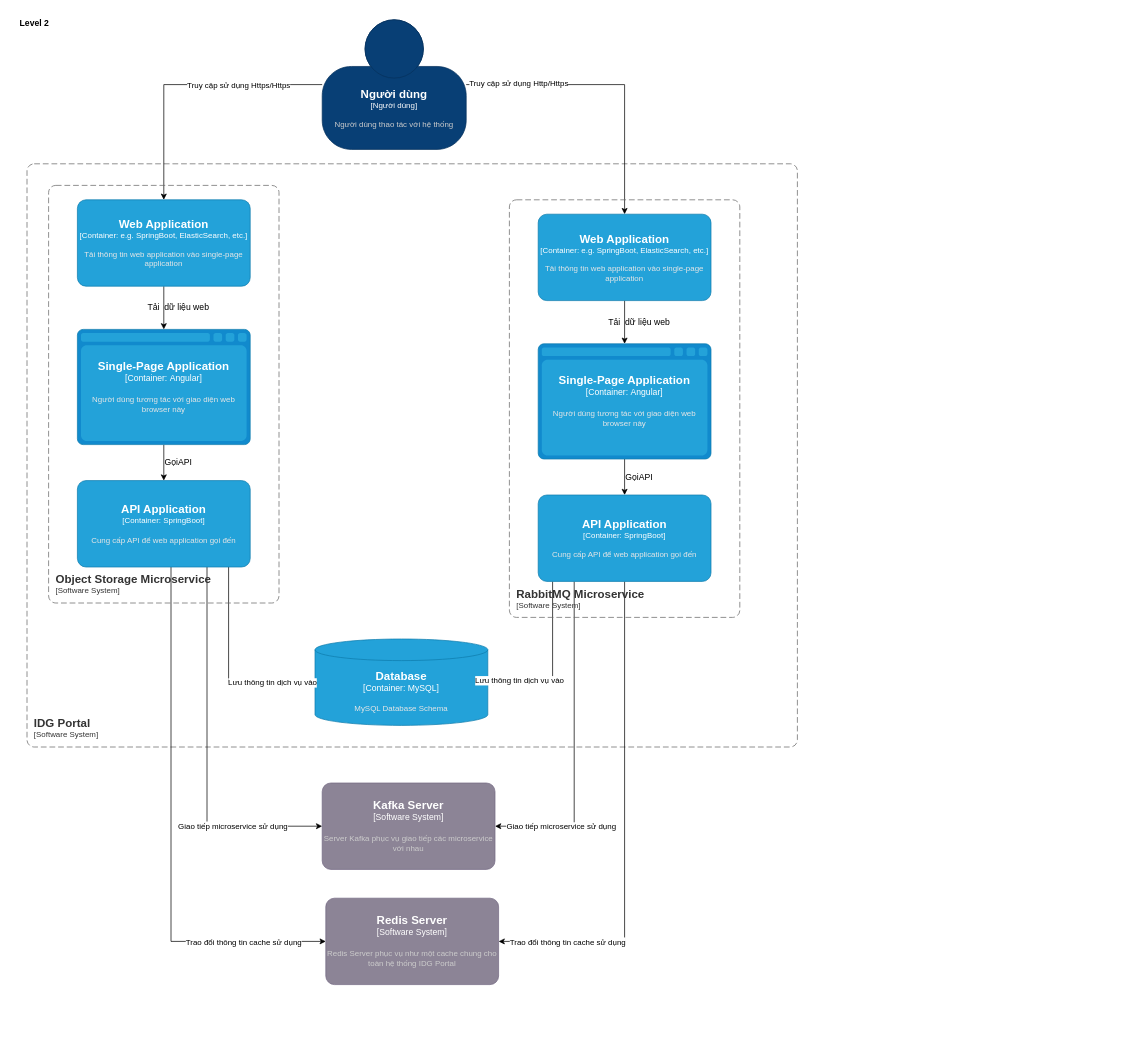
Above: IDG-Portal Lv2.drawio in dangngocsoncntt/draw.io (draw.io), before the change. Source tidied: cells renumbered, new cells numbered last; positions are measured from the earlier drawing's top-left corner, leaving out a move shared by most shapes. Both pictures are drawn from the tidied source at 72%, with x=0, y=0 at pixel (12, 12).
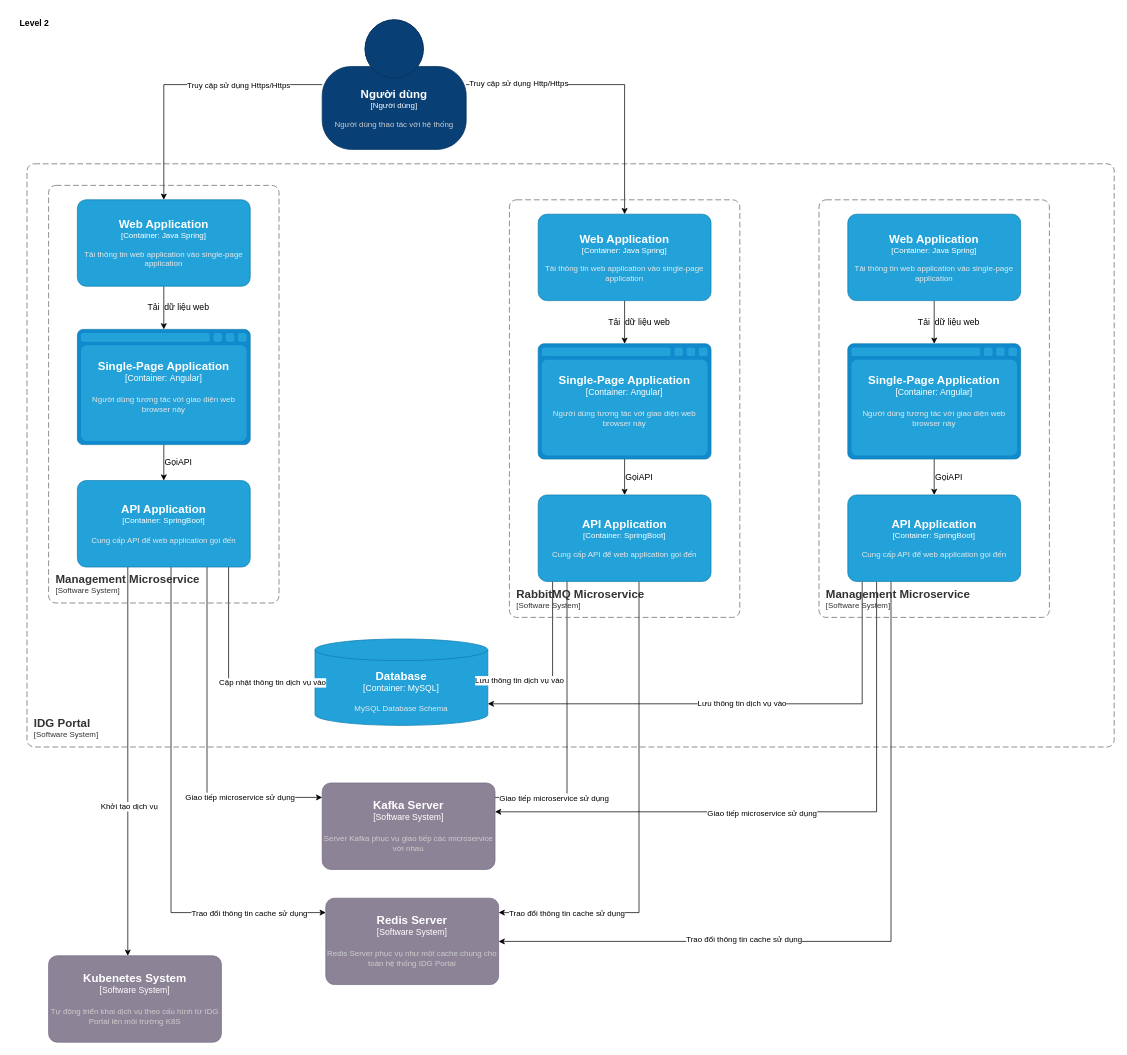
The same page after the edit.

Unchanged cells that the change refers to:
```xml
<object id="4" label="&lt;font style=&quot;font-size: 16px&quot;&gt;&lt;b&gt;%c4Type%&lt;/b&gt;&lt;/font&gt;&lt;div&gt;[%c4Container%:&amp;nbsp;%c4Technology%]&lt;/div&gt;&lt;br&gt;&lt;div&gt;&lt;font style=&quot;font-size: 11px&quot;&gt;&lt;font color=&quot;#E6E6E6&quot;&gt;%c4Description%&lt;/font&gt;&lt;/div&gt;" c4Container="Container" c4Description="MySQL Database Schema" c4Technology="MySQL" c4Type="Database" placeholders="1">
  <mxCell style="shape=cylinder3;size=15;whiteSpace=wrap;html=1;boundedLbl=1;rounded=0;labelBackgroundColor=none;fillColor=#23A2D9;fontSize=12;fontColor=#ffffff;align=center;strokeColor=#0E7DAD;points=[[0.5,0,0],[1,0.25,0],[1,0.5,0],[1,0.75,0],[0.5,1,0],[0,0.75,0],[0,0.5,0],[0,0.25,0]];" parent="1" vertex="1">
    <mxGeometry x="420" y="870" width="240" height="120" as="geometry" />
  </mxCell>
</object>
<mxCell id="9" style="edgeStyle=orthogonalEdgeStyle;rounded=0;jettySize=auto;html=1;entryX=0;entryY=0.5;entryDx=0;entryDy=0;entryPerimeter=0;" parent="1" edge="1" source="15" target="4">
  <mxGeometry relative="1" as="geometry">
    <Array as="points">
      <mxPoint x="300" y="930" />
    </Array>
  </mxGeometry>
</mxCell>
<object id="15" label="&lt;font style=&quot;font-size: 16px&quot;&gt;&lt;b&gt;%c4Name%&lt;/b&gt;&lt;/font&gt;&lt;div&gt;[%c4Type%: %c4Technology%]&lt;/div&gt;&lt;br&gt;&lt;div&gt;&lt;font style=&quot;font-size: 11px&quot;&gt;&lt;font color=&quot;#E6E6E6&quot;&gt;%c4Description%&lt;/font&gt;&lt;/div&gt;" c4Description="Cung cấp API để web application gọi đến " c4Name="API Application" c4Technology="SpringBoot" c4Type="Container" placeholders="1">
  <mxCell style="rounded=1;whiteSpace=wrap;html=1;fontSize=11;labelBackgroundColor=none;fillColor=#23A2D9;fontColor=#ffffff;align=center;arcSize=10;strokeColor=#0E7DAD;points=[[0.25,0,0],[0.5,0,0],[0.75,0,0],[1,0.25,0],[1,0.5,0],[1,0.75,0],[0.75,1,0],[0.5,1,0],[0.25,1,0],[0,0.75,0],[0,0.5,0],[0,0.25,0]];" parent="1" vertex="1">
    <mxGeometry x="90" y="650" width="240" height="120" as="geometry" />
  </mxCell>
</object>
<object id="34" label="&lt;font style=&quot;font-size: 16px&quot;&gt;&lt;b&gt;%c4Name%&lt;/b&gt;&lt;/font&gt;&lt;div&gt;[%c4Type%: %c4Technology%]&lt;/div&gt;&lt;br&gt;&lt;div&gt;&lt;font style=&quot;font-size: 11px&quot;&gt;&lt;font color=&quot;#E6E6E6&quot;&gt;%c4Description%&lt;/font&gt;&lt;/div&gt;" c4Description="Cung cấp API để web application gọi đến " c4Name="API Application" c4Technology="SpringBoot" c4Type="Container" placeholders="1">
  <mxCell style="rounded=1;whiteSpace=wrap;html=1;fontSize=11;labelBackgroundColor=none;fillColor=#23A2D9;fontColor=#ffffff;align=center;arcSize=10;strokeColor=#0E7DAD;points=[[0.25,0,0],[0.5,0,0],[0.75,0,0],[1,0.25,0],[1,0.5,0],[1,0.75,0],[0.75,1,0],[0.5,1,0],[0.25,1,0],[0,0.75,0],[0,0.5,0],[0,0.25,0]];" parent="1" vertex="1">
    <mxGeometry x="730" y="670" width="240" height="120" as="geometry" />
  </mxCell>
</object>
<object id="38" label="&lt;font style=&quot;font-size: 16px&quot;&gt;&lt;b&gt;%c4Name%&lt;/b&gt;&lt;/font&gt;&lt;div&gt;[%c4Type%]&lt;/div&gt;&lt;br&gt;&lt;div&gt;&lt;font style=&quot;font-size: 11px&quot;&gt;&lt;font color=&quot;#cccccc&quot;&gt;%c4Description%&lt;/font&gt;&lt;/div&gt;" c4Description="Server Kafka phục vụ giao tiếp các microservice với nhau" c4Name="Kafka Server" c4Type="Software System" placeholders="1">
  <mxCell style="rounded=1;whiteSpace=wrap;html=1;labelBackgroundColor=none;fillColor=#8C8496;fontColor=#ffffff;align=center;arcSize=10;strokeColor=#736782;points=[[0.25,0,0],[0.5,0,0],[0.75,0,0],[1,0.25,0],[1,0.5,0],[1,0.75,0],[0.75,1,0],[0.5,1,0],[0.25,1,0],[0,0.75,0],[0,0.5,0],[0,0.25,0]];" parent="1" vertex="1">
    <mxGeometry x="430" y="1070" width="240" height="120" as="geometry" />
  </mxCell>
</object>
<object id="39" label="&lt;font style=&quot;font-size: 16px&quot;&gt;&lt;b&gt;%c4Name%&lt;/b&gt;&lt;/font&gt;&lt;div&gt;[%c4Type%]&lt;/div&gt;&lt;br&gt;&lt;div&gt;&lt;font style=&quot;font-size: 11px&quot;&gt;&lt;font color=&quot;#cccccc&quot;&gt;%c4Description%&lt;/font&gt;&lt;/div&gt;" c4Description="Redis Server phục vụ như một cache chung cho toàn hệ thống IDG Portal" c4Name="Redis Server" c4Type="Software System" placeholders="1">
  <mxCell style="rounded=1;whiteSpace=wrap;html=1;labelBackgroundColor=none;fillColor=#8C8496;fontColor=#ffffff;align=center;arcSize=10;strokeColor=#736782;points=[[0.25,0,0],[0.5,0,0],[0.75,0,0],[1,0.25,0],[1,0.5,0],[1,0.75,0],[0.75,1,0],[0.5,1,0],[0.25,1,0],[0,0.75,0],[0,0.5,0],[0,0.25,0]];" parent="1" vertex="1">
    <mxGeometry x="435" y="1230" width="240" height="120" as="geometry" />
  </mxCell>
</object>
```

The edit, as a diff of the source:
```diff
@@
     <object id="3" label="&lt;font style=&quot;font-size: 16px&quot;&gt;&lt;b&gt;&lt;div style=&quot;text-align: left&quot;&gt;%c4Name%&lt;/div&gt;&lt;/b&gt;&lt;/font&gt;&lt;div style=&quot;text-align: left&quot;&gt;[%c4Application%]&lt;/div&gt;" c4Application="Software System" c4Name="IDG Portal" placeholders="1">
       <mxCell style="rounded=1;fontSize=11;whiteSpace=wrap;html=1;dashed=1;arcSize=20;fillColor=none;strokeColor=#666666;fontColor=#333333;labelBackgroundColor=none;align=left;verticalAlign=bottom;labelBorderColor=none;spacingTop=0;spacing=10;dashPattern=8 4;perimeter=rectanglePerimeter;noLabel=0;labelPadding=0;absoluteArcSize=1;" parent="1" vertex="1">
-        <mxGeometry x="20" y="210" width="1070" height="810" as="geometry" />
+        <mxGeometry x="20" y="210" width="1510" height="810" as="geometry" />
       </mxCell>
     </object>
@@
-    <object id="8" label="&lt;font style=&quot;font-size: 16px&quot;&gt;&lt;b&gt;%c4Name%&lt;/b&gt;&lt;/font&gt;&lt;div&gt;[%c4Type%: %c4Technology%]&lt;/div&gt;&lt;br&gt;&lt;div&gt;&lt;font style=&quot;font-size: 11px&quot;&gt;&lt;font color=&quot;#E6E6E6&quot;&gt;%c4Description%&lt;/font&gt;&lt;/div&gt;" c4Description="Tải thông tin web application vào single-page application" c4Name="Web Application" c4Technology="e.g. SpringBoot, ElasticSearch, etc." c4Type="Container" placeholders="1">
+    <object id="8" label="&lt;font style=&quot;font-size: 16px&quot;&gt;&lt;b&gt;%c4Name%&lt;/b&gt;&lt;/font&gt;&lt;div&gt;[%c4Type%: %c4Technology%]&lt;/div&gt;&lt;br&gt;&lt;div&gt;&lt;font style=&quot;font-size: 11px&quot;&gt;&lt;font color=&quot;#E6E6E6&quot;&gt;%c4Description%&lt;/font&gt;&lt;/div&gt;" c4Description="Tải thông tin web application vào single-page application" c4Name="Web Application" c4Technology="Java Spring" c4Type="Container" placeholders="1">
       <mxCell style="rounded=1;whiteSpace=wrap;html=1;fontSize=11;labelBackgroundColor=none;fillColor=#23A2D9;fontColor=#ffffff;align=center;arcSize=10;strokeColor=#0E7DAD;points=[[0.25,0,0],[0.5,0,0],[0.75,0,0],[1,0.25,0],[1,0.5,0],[1,0.75,0],[0.75,1,0],[0.5,1,0],[0.25,1,0],[0,0.75,0],[0,0.5,0],[0,0.25,0]];" parent="1" vertex="1">
         <mxGeometry x="90" y="260" width="240" height="120" as="geometry" />
       </mxCell>
     </object>
@@
-    <mxCell id="10" value="Lưu thông tin dịch vụ vào" style="edgeLabel;html=1;align=center;verticalAlign=middle;" parent="9" vertex="1">
+    <mxCell id="10" value="Cập nhật thông tin dịch vụ vào" style="edgeLabel;html=1;align=center;verticalAlign=middle;" parent="9" vertex="1">
       <mxGeometry x="0.57" relative="1" as="geometry" />
     </mxCell>
     <mxCell id="11" style="edgeStyle=orthogonalEdgeStyle;rounded=0;jettySize=auto;html=1;" parent="1" edge="1" source="15" target="38">
       <mxGeometry relative="1" as="geometry">
         <Array as="points">
-          <mxPoint x="270" y="1130" />
+          <mxPoint x="270" y="1090" />
         </Array>
       </mxGeometry>
     </mxCell>
@@
     <mxCell id="13" style="edgeStyle=orthogonalEdgeStyle;rounded=0;jettySize=auto;html=1;" parent="1" edge="1" source="15" target="39">
       <mxGeometry relative="1" as="geometry">
         <Array as="points">
-          <mxPoint x="220" y="1290" />
+          <mxPoint x="220" y="1250" />
         </Array>
       </mxGeometry>
     </mxCell>
@@
+    <mxCell id="40" style="edgeStyle=orthogonalEdgeStyle;rounded=0;jettySize=auto;html=1;" parent="1" edge="1" source="15" target="56">
+      <mxGeometry relative="1" as="geometry">
+        <Array as="points">
+          <mxPoint x="160" y="970" />
+          <mxPoint x="160" y="970" />
+        </Array>
+      </mxGeometry>
+    </mxCell>
+    <mxCell id="41" value="Khởi tạo dịch vụ" style="edgeLabel;html=1;align=center;verticalAlign=middle;" parent="40" vertex="1">
+      <mxGeometry x="0.23" y="1" relative="1" as="geometry" />
+    </mxCell>
@@
-    <object id="21" label="&lt;font style=&quot;font-size: 16px&quot;&gt;&lt;b&gt;&lt;div style=&quot;text-align: left&quot;&gt;%c4Name%&lt;/div&gt;&lt;/b&gt;&lt;/font&gt;&lt;div style=&quot;text-align: left&quot;&gt;[%c4Application%]&lt;/div&gt;" c4Application="Software System" c4Name="Object Storage Microservice" placeholders="1">
+    <object id="21" label="&lt;font style=&quot;font-size: 16px&quot;&gt;&lt;b&gt;&lt;div style=&quot;text-align: left&quot;&gt;%c4Name%&lt;/div&gt;&lt;/b&gt;&lt;/font&gt;&lt;div style=&quot;text-align: left&quot;&gt;[%c4Application%]&lt;/div&gt;" c4Application="Software System" c4Name="Management Microservice" placeholders="1">
       <mxCell style="rounded=1;fontSize=11;whiteSpace=wrap;html=1;dashed=1;arcSize=20;fillColor=none;strokeColor=#666666;fontColor=#333333;labelBackgroundColor=none;align=left;verticalAlign=bottom;labelBorderColor=none;spacingTop=0;spacing=10;dashPattern=8 4;perimeter=rectanglePerimeter;noLabel=0;labelPadding=0;absoluteArcSize=1;" parent="1" vertex="1">
         <mxGeometry x="50" y="240" width="320" height="580" as="geometry" />
       </mxCell>
     </object>
@@
-    <object id="27" label="&lt;font style=&quot;font-size: 16px&quot;&gt;&lt;b&gt;%c4Name%&lt;/b&gt;&lt;/font&gt;&lt;div&gt;[%c4Type%: %c4Technology%]&lt;/div&gt;&lt;br&gt;&lt;div&gt;&lt;font style=&quot;font-size: 11px&quot;&gt;&lt;font color=&quot;#E6E6E6&quot;&gt;%c4Description%&lt;/font&gt;&lt;/div&gt;" c4Description="Tải thông tin web application vào single-page application" c4Name="Web Application" c4Technology="e.g. SpringBoot, ElasticSearch, etc." c4Type="Container" placeholders="1">
+    <object id="27" label="&lt;font style=&quot;font-size: 16px&quot;&gt;&lt;b&gt;%c4Name%&lt;/b&gt;&lt;/font&gt;&lt;div&gt;[%c4Type%: %c4Technology%]&lt;/div&gt;&lt;br&gt;&lt;div&gt;&lt;font style=&quot;font-size: 11px&quot;&gt;&lt;font color=&quot;#E6E6E6&quot;&gt;%c4Description%&lt;/font&gt;&lt;/div&gt;" c4Description="Tải thông tin web application vào single-page application" c4Name="Web Application" c4Technology="Java Spring" c4Type="Container" placeholders="1">
       <mxCell style="rounded=1;whiteSpace=wrap;html=1;fontSize=11;labelBackgroundColor=none;fillColor=#23A2D9;fontColor=#ffffff;align=center;arcSize=10;strokeColor=#0E7DAD;points=[[0.25,0,0],[0.5,0,0],[0.75,0,0],[1,0.25,0],[1,0.5,0],[1,0.75,0],[0.75,1,0],[0.5,1,0],[0.25,1,0],[0,0.75,0],[0,0.5,0],[0,0.25,0]];" parent="1" vertex="1">
         <mxGeometry x="730" y="280" width="240" height="120" as="geometry" />
       </mxCell>
     </object>
@@
-    <mxCell id="30" style="edgeStyle=orthogonalEdgeStyle;rounded=0;jettySize=auto;html=1;" parent="1" edge="1" source="34" target="38">
+    <mxCell id="30" style="edgeStyle=orthogonalEdgeStyle;rounded=0;orthogonalLoop=1;jettySize=auto;html=1;" parent="1" edge="1">
       <mxGeometry relative="1" as="geometry">
+        <mxPoint x="770" y="750" as="sourcePoint" />
+        <mxPoint x="660" y="1090" as="targetPoint" />
         <Array as="points">
-          <mxPoint x="780" y="1130" />
+          <mxPoint x="770" y="1090" />
         </Array>
       </mxGeometry>
     </mxCell>
@@
     <mxCell id="32" style="edgeStyle=orthogonalEdgeStyle;rounded=0;jettySize=auto;html=1;" parent="1" edge="1" source="34" target="39">
       <mxGeometry relative="1" as="geometry">
         <Array as="points">
-          <mxPoint x="850" y="1290" />
+          <mxPoint x="870" y="1250" />
         </Array>
       </mxGeometry>
     </mxCell>
@@
+    <mxCell id="42" style="edgeStyle=orthogonalEdgeStyle;rounded=0;jettySize=auto;html=1;" parent="1" edge="1" source="43" target="52">
+      <mxGeometry relative="1" as="geometry" />
+    </mxCell>
+    <object id="43" label="&lt;font style=&quot;font-size: 16px&quot;&gt;&lt;b&gt;%c4Type%&lt;/b&gt;&lt;/font&gt;&lt;div&gt;[%c4Container%:&amp;nbsp;%c4Technology%]&lt;/div&gt;&lt;br&gt;&lt;div&gt;&lt;font style=&quot;font-size: 11px&quot;&gt;&lt;font color=&quot;#E6E6E6&quot;&gt;%c4Description%&lt;/font&gt;&lt;/div&gt;" c4Container="Container" c4Description="Người dùng tương tác với giao diện web browser này" c4Technology="Angular" c4Type="Single-Page Application" placeholders="1">
+      <mxCell style="shape=mxgraph.c4.webBrowserContainer2;whiteSpace=wrap;html=1;boundedLbl=1;rounded=0;labelBackgroundColor=none;strokeColor=#118ACD;fillColor=#23A2D9;strokeColor=#118ACD;strokeColor2=#0E7DAD;fontSize=12;fontColor=#ffffff;align=center;points=[[0.5,0,0],[1,0.25,0],[1,0.5,0],[1,0.75,0],[0.5,1,0],[0,0.75,0],[0,0.5,0],[0,0.25,0]];" parent="1" vertex="1">
+        <mxGeometry x="1160" y="460" width="240" height="160" as="geometry" />
+      </mxCell>
+    </object>
+    <mxCell id="44" style="edgeStyle=orthogonalEdgeStyle;rounded=0;jettySize=auto;html=1;" parent="1" edge="1" source="45" target="43">
+      <mxGeometry relative="1" as="geometry" />
+    </mxCell>
+    <object id="45" label="&lt;font style=&quot;font-size: 16px&quot;&gt;&lt;b&gt;%c4Name%&lt;/b&gt;&lt;/font&gt;&lt;div&gt;[%c4Type%: %c4Technology%]&lt;/div&gt;&lt;br&gt;&lt;div&gt;&lt;font style=&quot;font-size: 11px&quot;&gt;&lt;font color=&quot;#E6E6E6&quot;&gt;%c4Description%&lt;/font&gt;&lt;/div&gt;" c4Description="Tải thông tin web application vào single-page application" c4Name="Web Application" c4Technology="Java Spring" c4Type="Container" placeholders="1">
+      <mxCell style="rounded=1;whiteSpace=wrap;html=1;fontSize=11;labelBackgroundColor=none;fillColor=#23A2D9;fontColor=#ffffff;align=center;arcSize=10;strokeColor=#0E7DAD;points=[[0.25,0,0],[0.5,0,0],[0.75,0,0],[1,0.25,0],[1,0.5,0],[1,0.75,0],[0.75,1,0],[0.5,1,0],[0.25,1,0],[0,0.75,0],[0,0.5,0],[0,0.25,0]];" parent="1" vertex="1">
+        <mxGeometry x="1160" y="280" width="240" height="120" as="geometry" />
+      </mxCell>
+    </object>
+    <mxCell id="46" style="edgeStyle=orthogonalEdgeStyle;rounded=0;jettySize=auto;html=1;entryX=1;entryY=0.75;entryDx=0;entryDy=0;entryPerimeter=0;" parent="1" edge="1" source="52" target="4">
+      <mxGeometry relative="1" as="geometry">
+        <Array as="points">
+          <mxPoint x="1180" y="960" />
+        </Array>
+      </mxGeometry>
+    </mxCell>
+    <mxCell id="47" value="Lưu thông tin dịch vụ vào" style="edgeLabel;html=1;align=center;verticalAlign=middle;" parent="46" vertex="1">
+      <mxGeometry x="-0.02" y="-2" relative="1" as="geometry" />
+    </mxCell>
+    <mxCell id="48" style="edgeStyle=orthogonalEdgeStyle;rounded=0;jettySize=auto;html=1;" parent="1" edge="1" source="52" target="38">
+      <mxGeometry relative="1" as="geometry">
+        <Array as="points">
+          <mxPoint x="1200" y="1110" />
+        </Array>
+      </mxGeometry>
+    </mxCell>
+    <mxCell id="49" value="Giao tiếp microservice sử dụng" style="edgeLabel;html=1;align=center;verticalAlign=middle;" parent="48" vertex="1">
+      <mxGeometry x="0.13" y="2" relative="1" as="geometry" />
+    </mxCell>
+    <mxCell id="50" style="edgeStyle=orthogonalEdgeStyle;rounded=0;jettySize=auto;html=1;" parent="1" edge="1" source="52" target="39">
+      <mxGeometry relative="1" as="geometry">
+        <Array as="points">
+          <mxPoint x="1220" y="1290" />
+        </Array>
+      </mxGeometry>
+    </mxCell>
+    <mxCell id="51" value="Trao đổi thông tin cache sử dụng" style="edgeLabel;html=1;align=center;verticalAlign=middle;" parent="50" vertex="1">
+      <mxGeometry x="0.35" y="-3" relative="1" as="geometry" />
+    </mxCell>
+    <object id="52" label="&lt;font style=&quot;font-size: 16px&quot;&gt;&lt;b&gt;%c4Name%&lt;/b&gt;&lt;/font&gt;&lt;div&gt;[%c4Type%: %c4Technology%]&lt;/div&gt;&lt;br&gt;&lt;div&gt;&lt;font style=&quot;font-size: 11px&quot;&gt;&lt;font color=&quot;#E6E6E6&quot;&gt;%c4Description%&lt;/font&gt;&lt;/div&gt;" c4Description="Cung cấp API để web application gọi đến " c4Name="API Application" c4Technology="SpringBoot" c4Type="Container" placeholders="1">
+      <mxCell style="rounded=1;whiteSpace=wrap;html=1;fontSize=11;labelBackgroundColor=none;fillColor=#23A2D9;fontColor=#ffffff;align=center;arcSize=10;strokeColor=#0E7DAD;points=[[0.25,0,0],[0.5,0,0],[0.75,0,0],[1,0.25,0],[1,0.5,0],[1,0.75,0],[0.75,1,0],[0.5,1,0],[0.25,1,0],[0,0.75,0],[0,0.5,0],[0,0.25,0]];" parent="1" vertex="1">
+        <mxGeometry x="1160" y="670" width="240" height="120" as="geometry" />
+      </mxCell>
+    </object>
+    <object id="53" label="&lt;font style=&quot;font-size: 16px&quot;&gt;&lt;b&gt;&lt;div style=&quot;text-align: left&quot;&gt;%c4Name%&lt;/div&gt;&lt;/b&gt;&lt;/font&gt;&lt;div style=&quot;text-align: left&quot;&gt;[%c4Application%]&lt;/div&gt;" c4Application="Software System" c4Name="Management Microservice" placeholders="1">
+      <mxCell style="rounded=1;fontSize=11;whiteSpace=wrap;html=1;dashed=1;arcSize=20;fillColor=none;strokeColor=#666666;fontColor=#333333;labelBackgroundColor=none;align=left;verticalAlign=bottom;labelBorderColor=none;spacingTop=0;spacing=10;dashPattern=8 4;perimeter=rectanglePerimeter;noLabel=0;labelPadding=0;absoluteArcSize=1;" parent="1" vertex="1">
+        <mxGeometry x="1120" y="260" width="320" height="580" as="geometry" />
+      </mxCell>
+    </object>
+    <mxCell id="54" value="Tải&amp;nbsp; dữ liệu web" style="text;html=1;align=center;verticalAlign=middle;strokeColor=none;fillColor=none;" parent="1" vertex="1">
+      <mxGeometry x="1245" y="415" width="110" height="30" as="geometry" />
+    </mxCell>
+    <mxCell id="55" value="GọiAPI" style="text;html=1;align=center;verticalAlign=middle;strokeColor=none;fillColor=none;" parent="1" vertex="1">
+      <mxGeometry x="1270" y="630" width="60" height="30" as="geometry" />
+    </mxCell>
+    <object id="56" label="&lt;font style=&quot;font-size: 16px&quot;&gt;&lt;b&gt;%c4Name%&lt;/b&gt;&lt;/font&gt;&lt;div&gt;[%c4Type%]&lt;/div&gt;&lt;br&gt;&lt;div&gt;&lt;font style=&quot;font-size: 11px&quot;&gt;&lt;font color=&quot;#cccccc&quot;&gt;%c4Description%&lt;/font&gt;&lt;/div&gt;" c4Description="Tự động triển khai dịch vụ theo cấu hình từ IDG Portal lên môi trường K8S" c4Name="Kubenetes System" c4Type="Software System" placeholders="1">
+      <mxCell style="rounded=1;whiteSpace=wrap;html=1;labelBackgroundColor=none;fillColor=#8C8496;fontColor=#ffffff;align=center;arcSize=10;strokeColor=#736782;points=[[0.25,0,0],[0.5,0,0],[0.75,0,0],[1,0.25,0],[1,0.5,0],[1,0.75,0],[0.75,1,0],[0.5,1,0],[0.25,1,0],[0,0.75,0],[0,0.5,0],[0,0.25,0]];" parent="1" vertex="1">
+        <mxGeometry x="50" y="1310" width="240" height="120" as="geometry" />
+      </mxCell>
+    </object>
```
